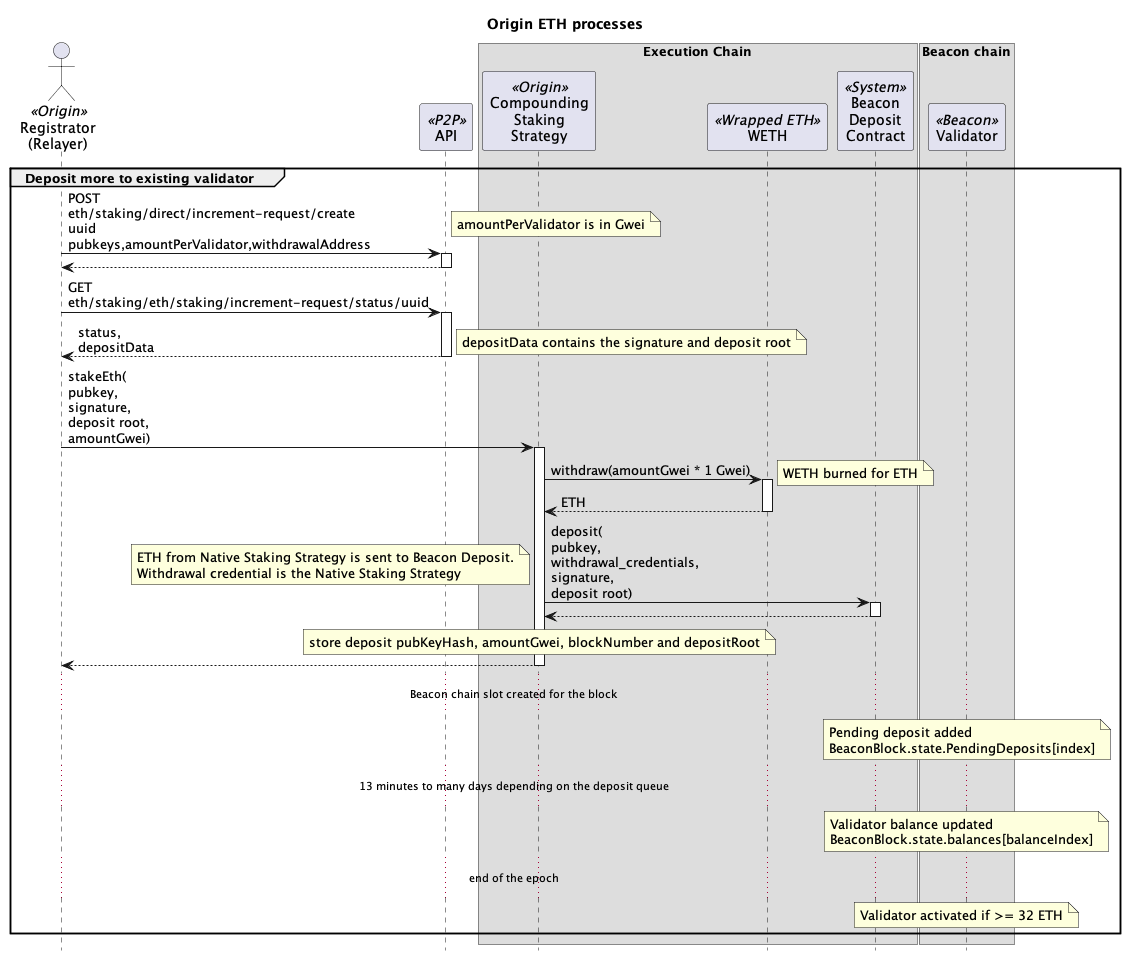
Before: contracts/docs/plantuml/oethProcesses-deposit-existing.png, a diagram exported from PlantUML (OriginProtocol/origin-dollar).
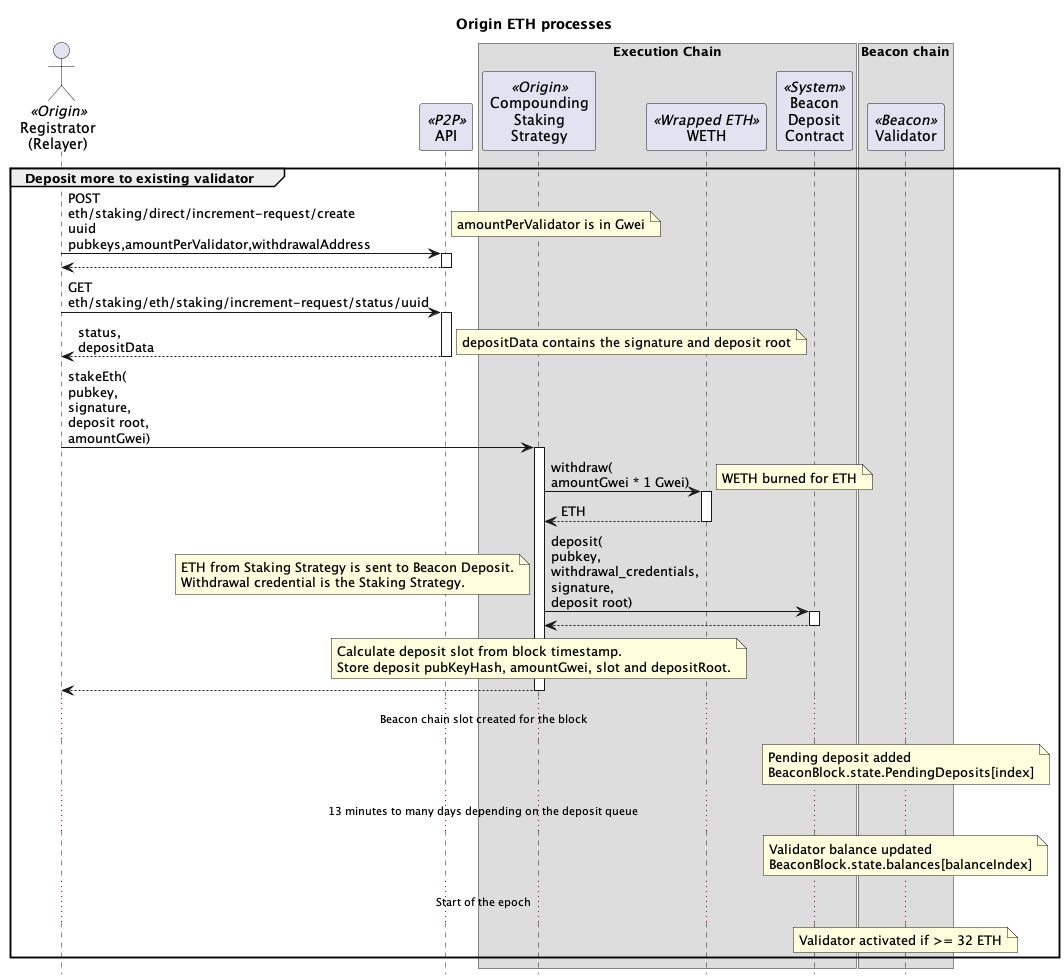
Above is the later version.

What changed in the source:
```diff
@@ -53,11 +53,6 @@
 
 
 
-
-
-
-
-
 group Deposit more to existing validator
 
 reg -> api: POST\neth/staking/direct/increment-request/create\nuuid\npubkeys,amountPerValidator,withdrawalAddress
@@ -72,7 +67,7 @@
 
 reg -> compStrat : stakeEth(\npubkey,\nsignature,\ndeposit root,\namountGwei)
 activate compStrat
-compStrat -> weth : withdraw(amountGwei * 1 Gwei)
+compStrat -> weth : withdraw(\namountGwei * 1 Gwei)
 activate weth
 note right : WETH burned for ETH
 return ETH
@@ -80,13 +75,14 @@
 compStrat -> dep : deposit(\npubkey,\nwithdrawal_credentials,\nsignature,\ndeposit root)
 activate dep
 note left
-ETH from Native Staking Strategy is sent to Beacon Deposit.
-Withdrawal credential is the Native Staking Strategy
+ETH from Staking Strategy is sent to Beacon Deposit.
+Withdrawal credential is the Staking Strategy.
 end note
 return
 
 note over compStrat
-store deposit pubKeyHash, amountGwei, blockNumber and depositRoot
+Calculate deposit slot from block timestamp.
+Store deposit pubKeyHash, amountGwei, slot and depositRoot.
 end note
 return
 
@@ -98,7 +94,7 @@
 
 note over val: Validator balance updated\nBeaconBlock.state.balances[balanceIndex]
 
-... end of the epoch ...
+... Start of the epoch ...
 
 note over val: Validator activated if >= 32 ETH
 
@@ -187,9 +183,4 @@
 
 
 
-
-
-
-
-
 @enduml
```
